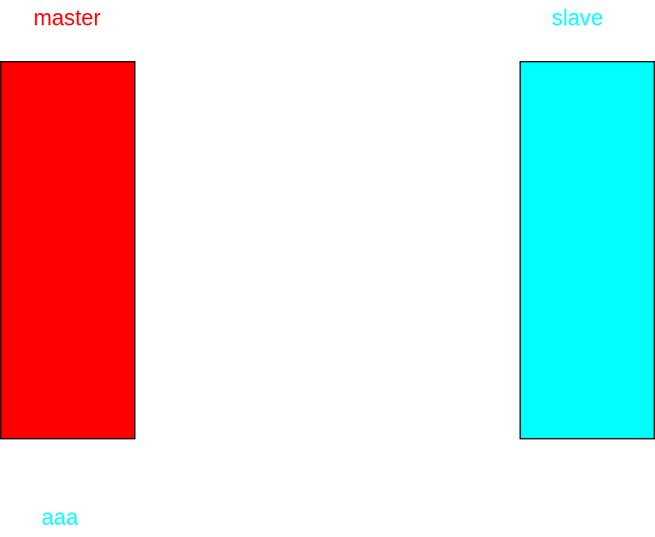
This is JAVA/Redis集群主从复制原理.drawio.svg from acttq/draw, a draw.io export, as it was before one commit. Source tidied: cells renumbered, new cells last; positions are measured from the earlier drawing's top-left corner, leaving out a move shared by most shapes.
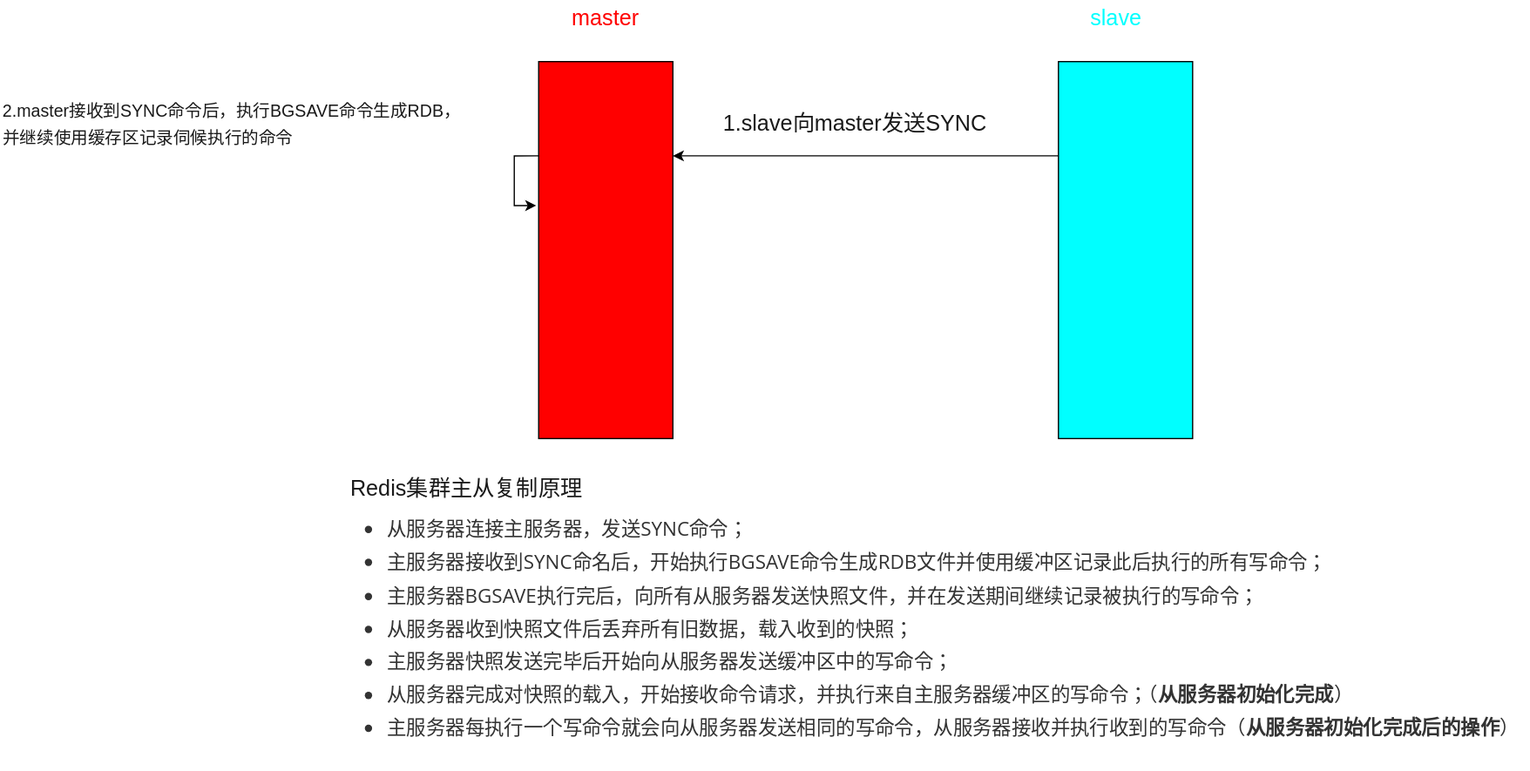
Later version of the same file.

Commit message:
更新Redis集群主从复制原理.drawio.svg

The edit, as a diff of the source:
```diff
@@ -2,9 +2,17 @@
   <root>
     <mxCell id="0" />
     <mxCell id="1" parent="0" />
+    <mxCell id="7" style="edgeStyle=orthogonalEdgeStyle;rounded=0;jettySize=auto;html=1;exitX=0;exitY=0.25;exitDx=0;exitDy=0;fontFamily=Helvetica;fontSize=18;fontColor=#1A1A1A;" parent="1" edge="1" source="2">
+      <mxGeometry relative="1" as="geometry">
+        <mxPoint x="-2" y="168" as="targetPoint" />
+      </mxGeometry>
+    </mxCell>
     <mxCell id="2" style="rounded=0;whiteSpace=wrap;html=1;fontFamily=Helvetica;fontSize=18;fontColor=#FF0000;fillColor=#FF0000;" parent="1" vertex="1">
       <mxGeometry y="50" width="110" height="309" as="geometry" />
     </mxCell>
+    <mxCell id="8" style="edgeStyle=orthogonalEdgeStyle;rounded=0;jettySize=auto;html=1;exitX=0;exitY=0.25;exitDx=0;exitDy=0;entryX=1;entryY=0.25;entryDx=0;entryDy=0;fontFamily=Helvetica;fontSize=18;fontColor=#1A1A1A;" parent="1" edge="1" source="3" target="2">
+      <mxGeometry relative="1" as="geometry" />
+    </mxCell>
     <mxCell id="3" style="rounded=0;whiteSpace=wrap;html=1;fontFamily=Helvetica;fontSize=18;fontColor=#FF0000;fillColor=#00FFFF;" parent="1" vertex="1">
       <mxGeometry x="426" y="50" width="110" height="309" as="geometry" />
     </mxCell>
@@ -14,8 +22,14 @@
     <mxCell id="5" value="&lt;font color=&quot;#00FFFF&quot;&gt;slave&lt;/font&gt;" style="text;html=1;align=center;verticalAlign=middle;strokeColor=none;fillColor=none;fontSize=18;fontFamily=Helvetica;fontColor=#FF0000;" parent="1" vertex="1">
       <mxGeometry x="447" y="2" width="52" height="26" as="geometry" />
     </mxCell>
-    <mxCell id="6" value="aaa" style="text;html=1;strokeColor=none;fillColor=none;align=center;verticalAlign=middle;whiteSpace=wrap;rounded=0;fontFamily=Helvetica;fontSize=18;fontColor=#00FFFF;" parent="1" vertex="1">
-      <mxGeometry x="19" y="409" width="60" height="30" as="geometry" />
-    </mxCell>
+    <mxCell id="9" value="&lt;div align=&quot;left&quot;&gt;Redis集群主从复制原理&lt;/div&gt;&lt;div align=&quot;left&quot;&gt;&lt;ul class=&quot;ul-list&quot; style=&quot;box-sizing: border-box ; margin: 0.8em 0px ; padding-left: 30px ; position: relative ; color: rgb(51 , 51 , 51) ; font-family: &amp;#34;open sans&amp;#34; , &amp;#34;clear sans&amp;#34; , &amp;#34;helvetica neue&amp;#34; , &amp;#34;helvetica&amp;#34; , &amp;#34;arial&amp;#34; , sans-serif ; font-size: 16px ; font-style: normal ; font-weight: 400 ; letter-spacing: normal ; text-indent: 0px ; text-transform: none ; word-spacing: 0px&quot;&gt;&lt;li class=&quot;md-list-item md-focus-container&quot; style=&quot;box-sizing: border-box ; margin: 0px ; position: relative&quot;&gt;&lt;p class=&quot;md-end-block md-p md-focus&quot; style=&quot;box-sizing: border-box ; line-height: inherit ; margin: 0px 0px 0.5rem ; position: relative&quot;&gt;&lt;span class=&quot;md-plain md-expand&quot; style=&quot;box-sizing: border-box&quot;&gt;从服务器连接主服务器，发送SYNC命令； &lt;/span&gt;&lt;/p&gt;&lt;/li&gt;&lt;li class=&quot;md-list-item&quot; style=&quot;box-sizing: border-box ; margin: 0px ; position: relative&quot;&gt;&lt;p class=&quot;md-end-block md-p&quot; style=&quot;box-sizing: border-box ; line-height: inherit ; margin: 0px 0px 0.5rem ; position: relative&quot;&gt;&lt;span class=&quot;md-plain&quot; style=&quot;box-sizing: border-box&quot;&gt;主服务器接收到SYNC命名后，开始执行BGSAVE命令生成RDB文件并使用缓冲区记录此后执行的所有写命令； &lt;/span&gt;&lt;/p&gt;&lt;/li&gt;&lt;li class=&quot;md-list-item&quot; style=&quot;box-sizing: border-box ; margin: 0px ; position: relative&quot;&gt;&lt;p class=&quot;md-end-block md-p&quot; style=&quot;box-sizing: border-box ; line-height: inherit ; margin: 0px 0px 0.5rem ; position: relative&quot;&gt;&lt;span class=&quot;md-plain&quot; style=&quot;box-sizing: border-box&quot;&gt;主服务器BGSAVE执行完后，向所有从服务器发送快照文件，并在发送期间继续记录被执行的写命令； &lt;/span&gt;&lt;/p&gt;&lt;/li&gt;&lt;li class=&quot;md-list-item&quot; style=&quot;box-sizing: border-box ; margin: 0px ; position: relative&quot;&gt;&lt;p class=&quot;md-end-block md-p&quot; style=&quot;box-sizing: border-box ; line-height: inherit ; margin: 0px 0px 0.5rem ; position: relative&quot;&gt;&lt;span class=&quot;md-plain&quot; style=&quot;box-sizing: border-box&quot;&gt;从服务器收到快照文件后丢弃所有旧数据，载入收到的快照； &lt;/span&gt;&lt;/p&gt;&lt;/li&gt;&lt;li class=&quot;md-list-item&quot; style=&quot;box-sizing: border-box ; margin: 0px ; position: relative&quot;&gt;&lt;p class=&quot;md-end-block md-p&quot; style=&quot;box-sizing: border-box ; line-height: inherit ; margin: 0px 0px 0.5rem ; position: relative&quot;&gt;&lt;span class=&quot;md-plain&quot; style=&quot;box-sizing: border-box&quot;&gt;主服务器快照发送完毕后开始向从服务器发送缓冲区中的写命令； &lt;/span&gt;&lt;/p&gt;&lt;/li&gt;&lt;li class=&quot;md-list-item&quot; style=&quot;box-sizing: border-box ; margin: 0px ; position: relative&quot;&gt;&lt;p class=&quot;md-end-block md-p&quot; style=&quot;box-sizing: border-box ; line-height: inherit ; margin: 0px 0px 0.5rem ; position: relative&quot;&gt;&lt;span class=&quot;md-plain&quot; style=&quot;box-sizing: border-box&quot;&gt;从服务器完成对快照的载入，开始接收命令请求，并执行来自主服务器缓冲区的写命令；（&lt;/span&gt;&lt;span class=&quot;&quot; style=&quot;box-sizing: border-box&quot;&gt;&lt;strong style=&quot;box-sizing: border-box&quot;&gt;&lt;span class=&quot;md-plain&quot; style=&quot;box-sizing: border-box&quot;&gt;从服务器初始化完成&lt;/span&gt;&lt;/strong&gt;&lt;/span&gt;&lt;span class=&quot;md-plain&quot; style=&quot;box-sizing: border-box&quot;&gt;）&lt;/span&gt;&lt;/p&gt;&lt;/li&gt;&lt;li class=&quot;md-list-item md-focus-container&quot; style=&quot;box-sizing: border-box ; margin: 0px ; position: relative&quot;&gt;&lt;p class=&quot;md-end-block md-p md-focus&quot; style=&quot;box-sizing: border-box ; line-height: inherit ; margin: 0px 0px 0.5rem ; position: relative&quot;&gt;&lt;span class=&quot;md-plain&quot; style=&quot;box-sizing: border-box&quot;&gt;主服务器每执行一个写命令就会向从服务器发送相同的写命令，从服务器接收并执行收到的写命令（&lt;/span&gt;&lt;span class=&quot;&quot; style=&quot;box-sizing: border-box&quot;&gt;&lt;strong style=&quot;box-sizing: border-box&quot;&gt;&lt;span class=&quot;md-plain&quot; style=&quot;box-sizing: border-box&quot;&gt;从服务器初始化完成后的操作&lt;/span&gt;&lt;/strong&gt;&lt;/span&gt;&lt;span class=&quot;md-plain md-expand&quot; style=&quot;box-sizing: border-box&quot;&gt;）&lt;/span&gt;&lt;/p&gt;&lt;/li&gt;&lt;/ul&gt;&lt;span style=&quot;color: rgb(51 , 51 , 51) ; font-family: &amp;#34;open sans&amp;#34; , &amp;#34;clear sans&amp;#34; , &amp;#34;helvetica neue&amp;#34; , &amp;#34;helvetica&amp;#34; , &amp;#34;arial&amp;#34; , sans-serif ; font-size: 16px ; font-style: normal ; font-weight: 400 ; letter-spacing: normal ; text-indent: 0px ; text-transform: none ; word-spacing: 0px ; background-color: rgb(255 , 255 , 255) ; display: inline ; float: none&quot;&gt;&lt;span style=&quot;color: rgb(51 , 51 , 51) ; font-family: &amp;#34;open sans&amp;#34; , &amp;#34;clear sans&amp;#34; , &amp;#34;helvetica neue&amp;#34; , &amp;#34;helvetica&amp;#34; , &amp;#34;arial&amp;#34; , sans-serif ; font-size: 16px ; font-style: normal ; font-weight: 400 ; letter-spacing: normal ; text-indent: 0px ; text-transform: none ; word-spacing: 0px ; background-color: rgb(255 , 255 , 255) ; display: inline ; float: none&quot;&gt;&lt;/span&gt;&lt;/span&gt;&lt;span style=&quot;color: rgb(51 , 51 , 51) ; font-family: &amp;#34;open sans&amp;#34; , &amp;#34;clear sans&amp;#34; , &amp;#34;helvetica neue&amp;#34; , &amp;#34;helvetica&amp;#34; , &amp;#34;arial&amp;#34; , sans-serif ; font-size: 16px ; font-style: normal ; font-weight: 400 ; letter-spacing: normal ; text-indent: 0px ; text-transform: none ; word-spacing: 0px ; background-color: rgb(255 , 255 , 255) ; display: inline ; float: none&quot;&gt;&lt;/span&gt;&lt;/div&gt;" style="text;html=1;align=left;verticalAlign=middle;strokeColor=none;fillColor=none;fontSize=18;fontFamily=Helvetica;fontColor=#1A1A1A;" parent="1" vertex="1">
+      <mxGeometry x="-156" y="377" width="968" height="254" as="geometry" />
+    </mxCell>
+    <mxCell id="10" value="1.slave向master发送SYNC" style="text;html=1;align=center;verticalAlign=middle;strokeColor=none;fillColor=none;fontSize=18;fontFamily=Helvetica;fontColor=#1A1A1A;" parent="1" vertex="1">
+      <mxGeometry x="146" y="88" width="226" height="26" as="geometry" />
+    </mxCell>
+    <mxCell id="11" value="&lt;div align=&quot;left&quot;&gt;&lt;font style=&quot;font-size: 14px&quot;&gt;2.master接收到SYNC命令后，&lt;/font&gt;&lt;font style=&quot;font-size: 14px&quot;&gt;执行BGSAVE命令生成RDB，&lt;/font&gt;&lt;/div&gt;&lt;div align=&quot;left&quot;&gt;&lt;font style=&quot;font-size: 14px&quot;&gt;并继续使用缓存区记录伺候执行的命令&lt;br&gt;&lt;/font&gt;&lt;/div&gt;" style="text;html=1;align=left;verticalAlign=middle;strokeColor=none;fillColor=none;fontSize=18;fontFamily=Helvetica;fontColor=#1A1A1A;" parent="1" vertex="1">
+      <mxGeometry x="-441" y="76" width="385" height="50" as="geometry" />
+    </mxCell>
   </root>
 </mxGraphModel>
```
